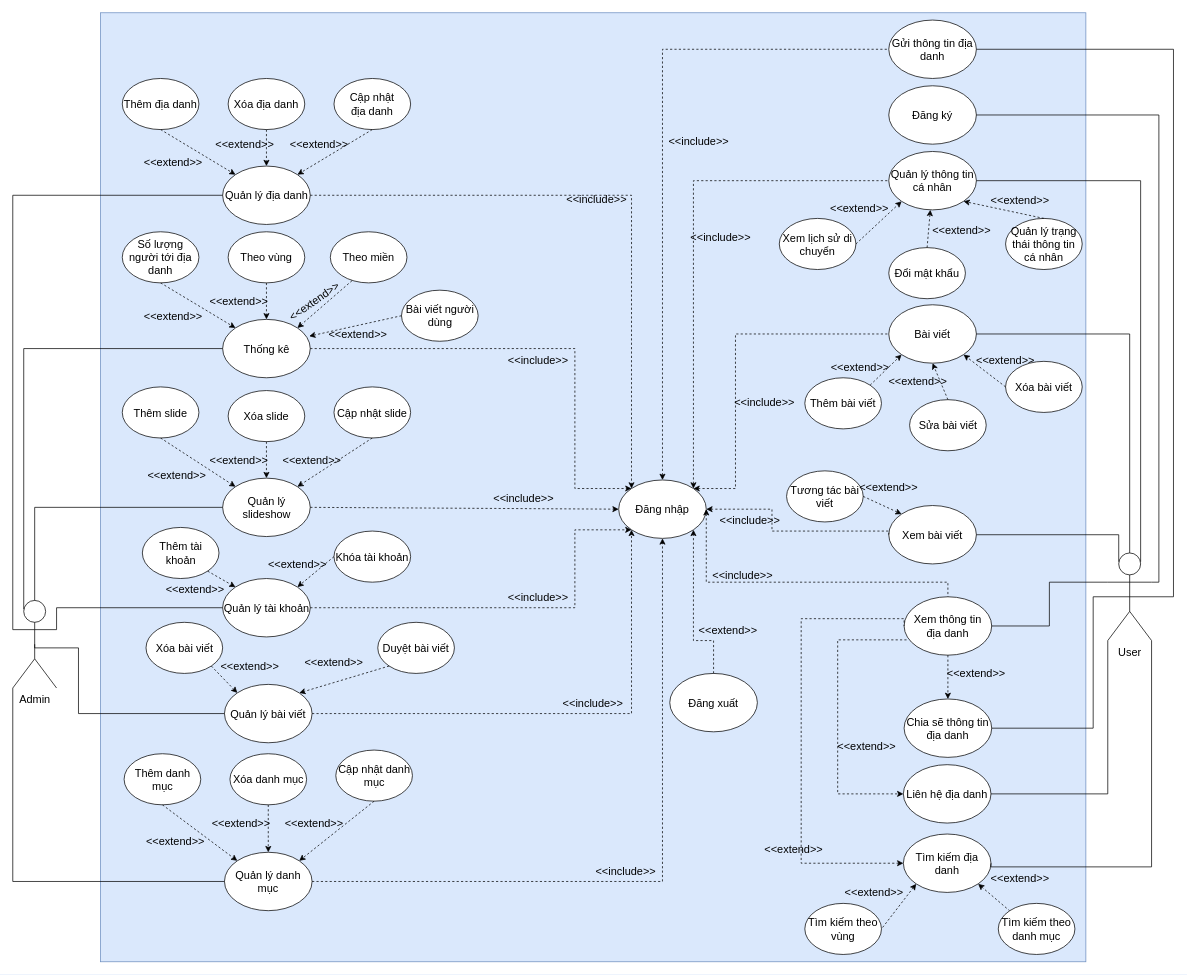
HieuNM2809/DoAn_ANDROID keeps this draw.io diagram as page "Use_Case" (1 of 2) of Use_Case_Android.drawio. Above is the earlier version. Source tidied: cells renumbered, new cells numbered last; positions are measured from the earlier drawing's top-left corner, leaving out a move shared by most shapes. Both pictures are drawn from the tidied source at 73%, with x=0, y=0 at pixel (12, 12).
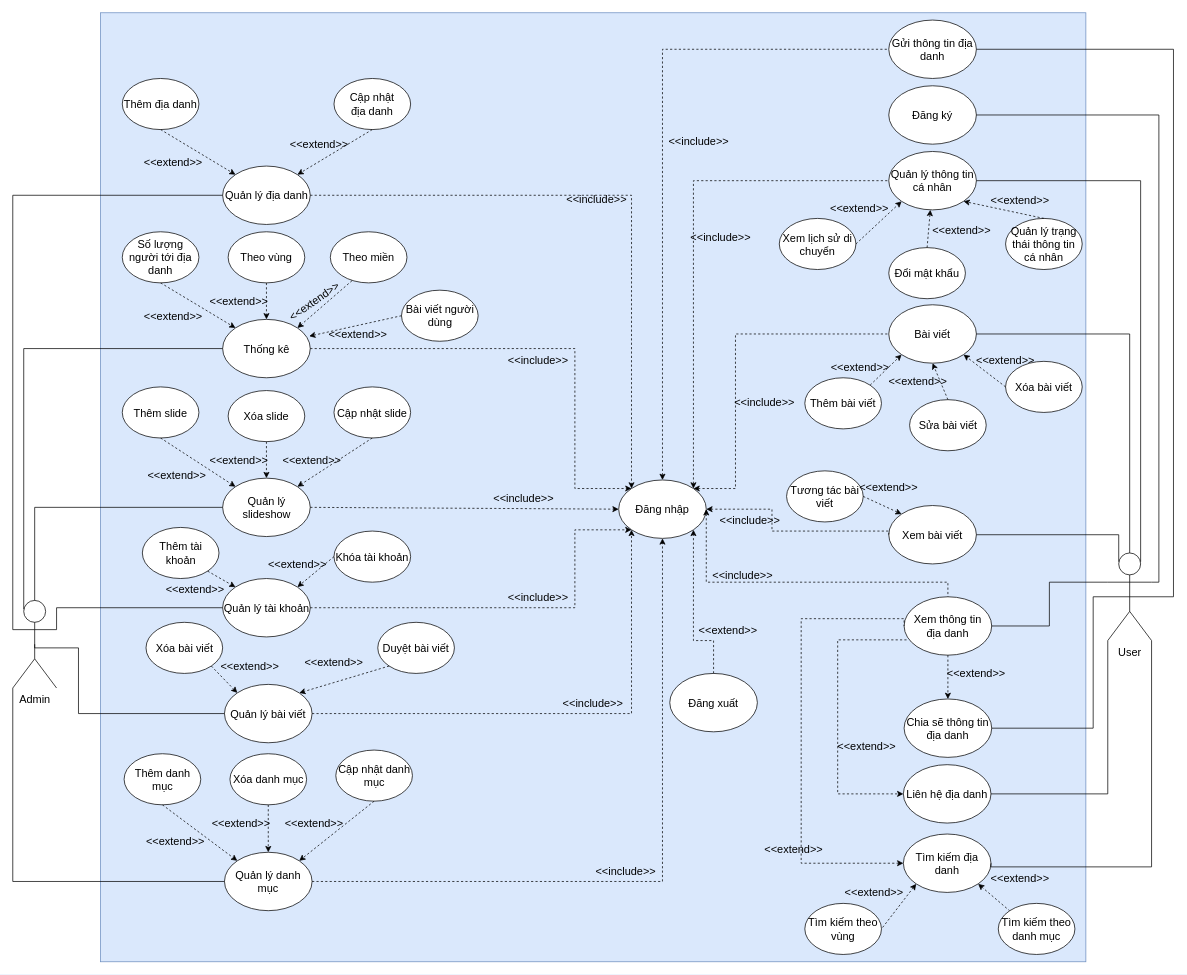
The same page after the edit.

Commit message:
Cập nhật Use_Case_Android.drawio

Unchanged cells that the change refers to:
```xml
<mxCell id="44" value="Quản lý địa danh" style="ellipse;whiteSpace=wrap;html=1;fontSize=15;" parent="1" vertex="1">
  <mxGeometry x="287.5" y="210" width="120" height="80" as="geometry" />
</mxCell>
```

What changed in the source:
```diff
@@
-    <mxCell id="46" value="Xóa địa danh" style="ellipse;whiteSpace=wrap;html=1;fontSize=15;" parent="1" vertex="1">
-      <mxGeometry x="295" y="90" width="105" height="70" as="geometry" />
-    </mxCell>
@@
-    <mxCell id="48" style="endArrow=classic;dashed=1;html=1;rounded=0;fontSize=15;entryX=0.5;entryY=0;entryDx=0;entryDy=0;exitX=0.5;exitY=1;exitDx=0;exitDy=0;endFill=1;" parent="1" edge="1" source="46" target="44">
-      <mxGeometry relative="1" as="geometry" />
-    </mxCell>
@@
-    <mxCell id="67" value="&amp;lt;&amp;lt;extend&amp;gt;&amp;gt;" style="text;html=1;strokeColor=none;fillColor=none;align=center;verticalAlign=middle;whiteSpace=wrap;rounded=0;fontSize=15;rotation=0;" parent="1" vertex="1">
-      <mxGeometry x="287.5" y="165" width="60" height="30" as="geometry" />
-    </mxCell>
```
